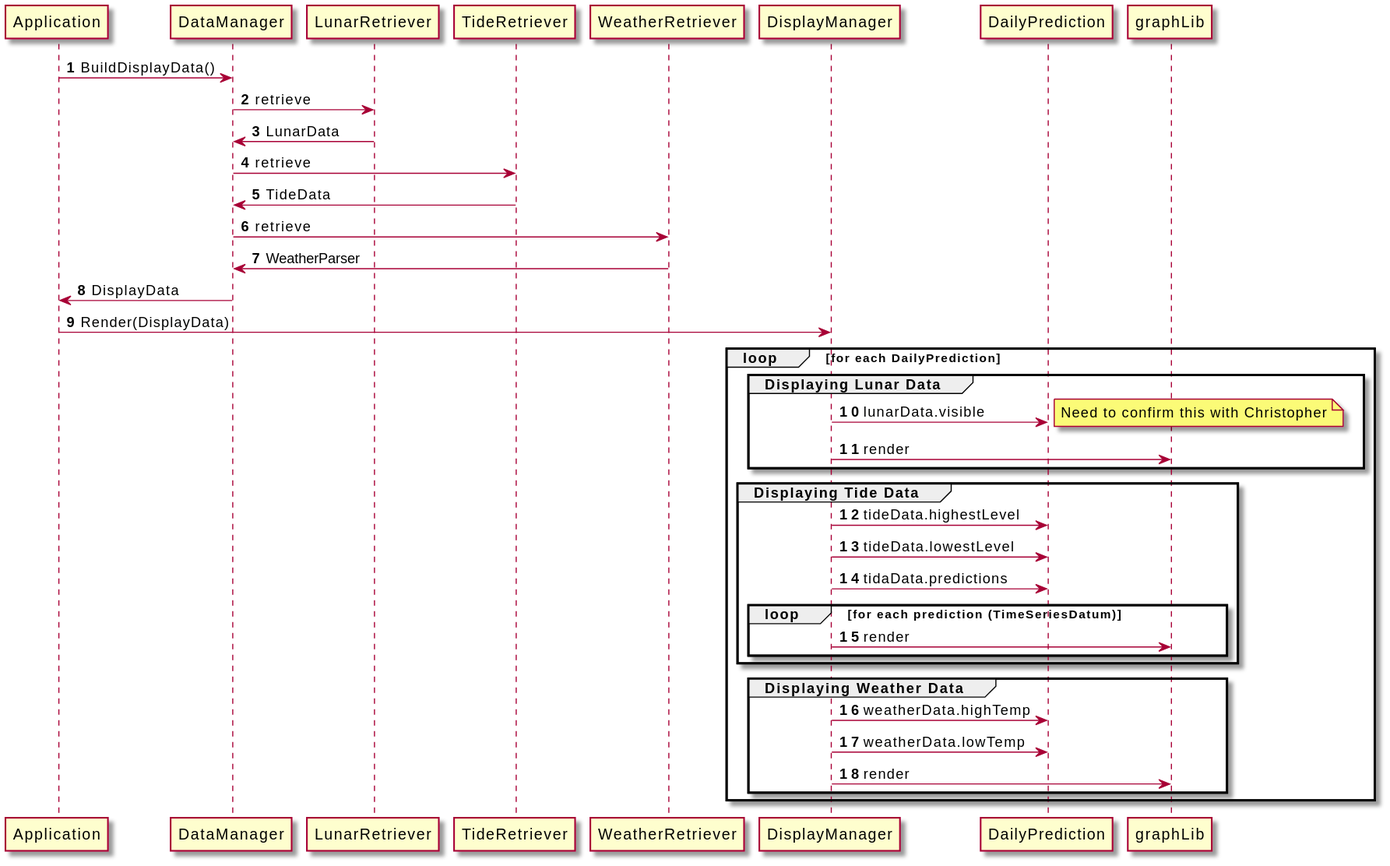
Earlier version of the PlantUML export docs/DisplayUpdateSequence.svg (ciroque/tidal).
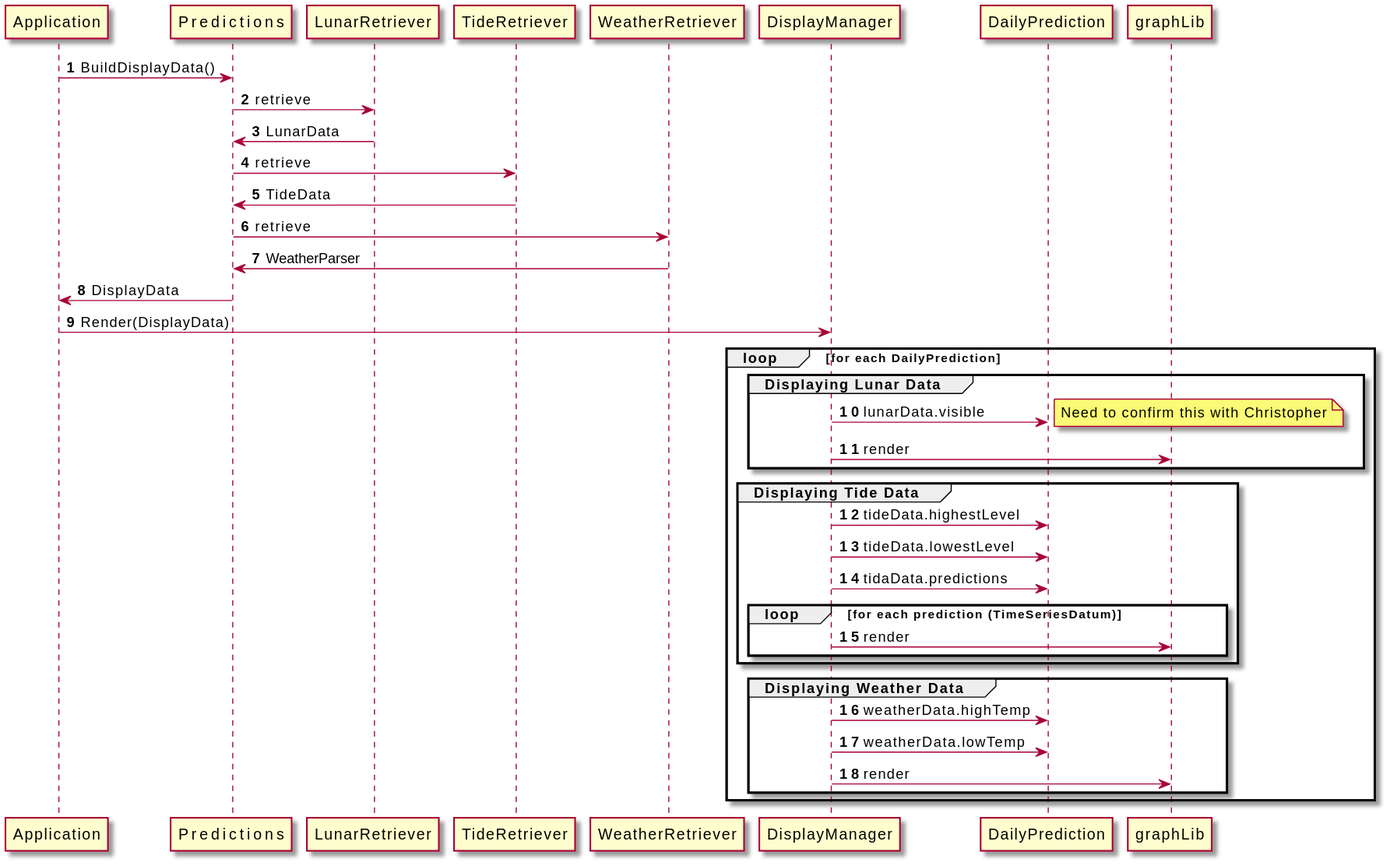
The same file after the commit.

Diff of the diagram source:
```diff
@@ -2,18 +2,18 @@
 
 autonumber
 
-Application -> DataManager : BuildDisplayData()
+Application -> Predictions : BuildDisplayData()
 
-DataManager -> LunarRetriever : retrieve
-DataManager <- LunarRetriever : LunarData
+Predictions -> LunarRetriever : retrieve
+Predictions <- LunarRetriever : LunarData
 
-DataManager -> TideRetriever : retrieve
-DataManager <- TideRetriever : TideData
+Predictions -> TideRetriever : retrieve
+Predictions <- TideRetriever : TideData
 
-DataManager -> WeatherRetriever : retrieve
-DataManager <- WeatherRetriever : WeatherParser
+Predictions -> WeatherRetriever : retrieve
+Predictions <- WeatherRetriever : WeatherParser
 
-Application <- DataManager : DisplayData
+Application <- Predictions : DisplayData
 
 Application -> DisplayManager : Render(DisplayData)
     loop for each DailyPrediction
```
